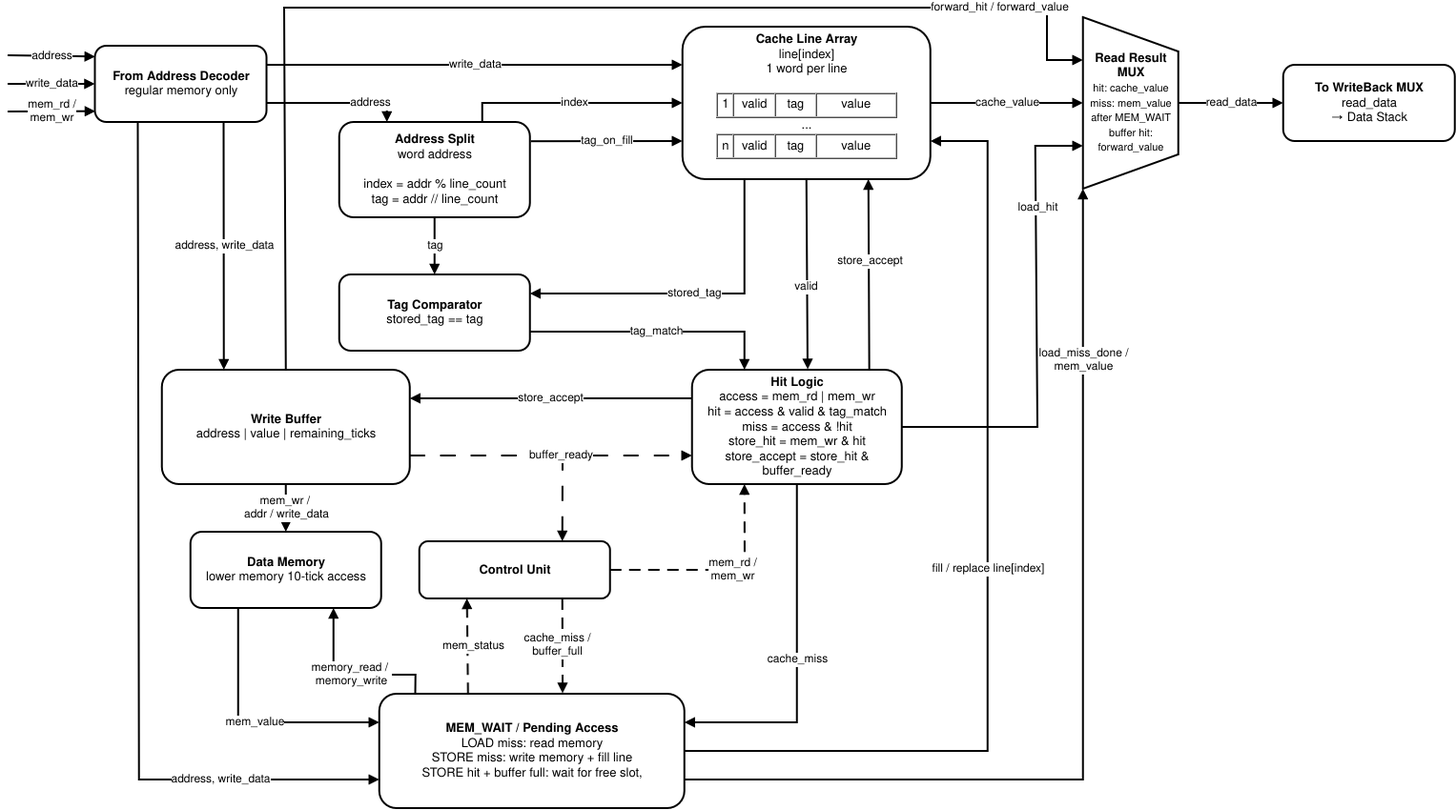
Before: fig/cache.png, a diagram exported from draw.io (barmichevg/csa-lab4). Source tidied: cells renumbered, new cells last; positions are measured from the earlier drawing's top-left corner, leaving out a move shared by most shapes.
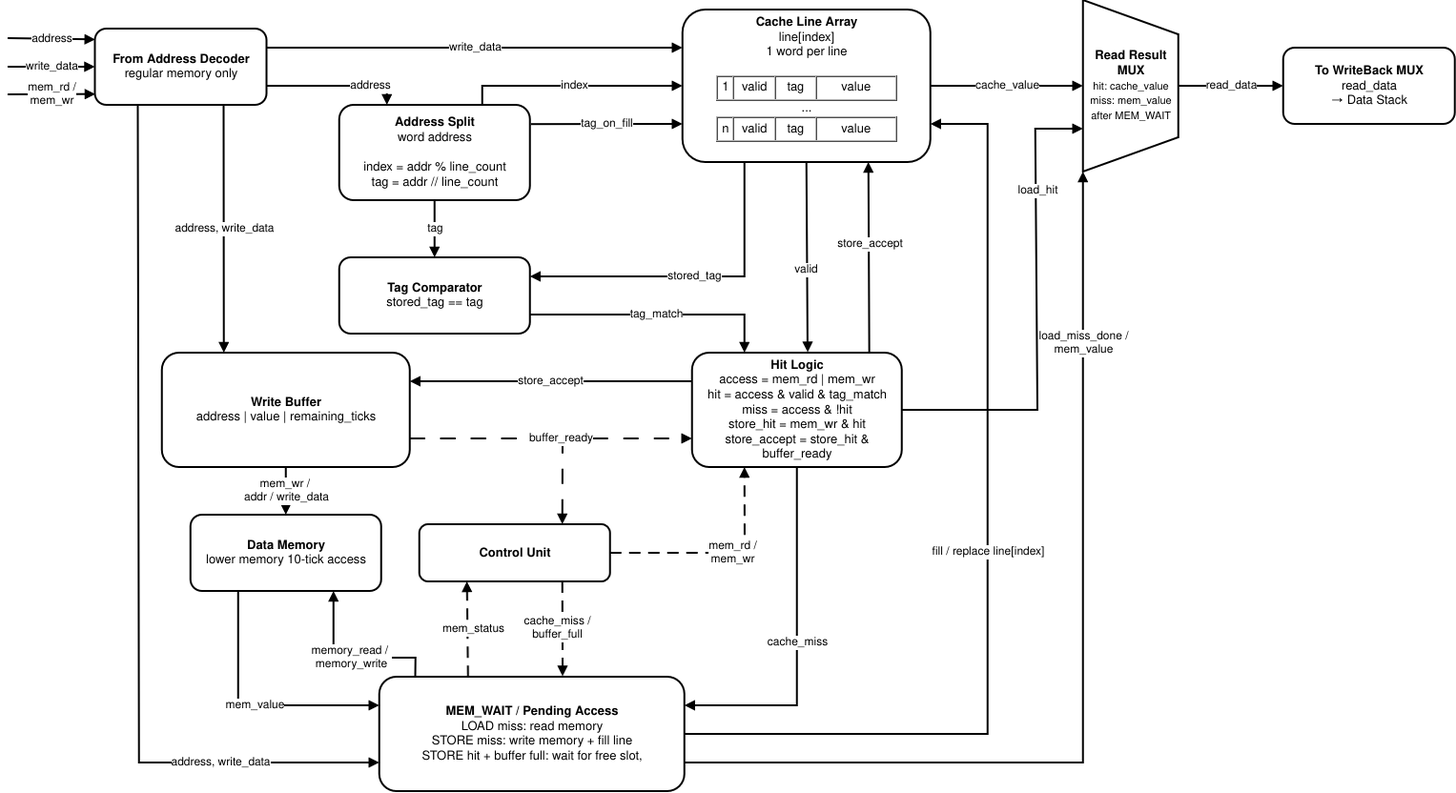
The same diagram one commit later.

Change to the diagram source:
```diff
@@ -174,7 +174,7 @@
         </Array>
       </mxGeometry>
     </mxCell>
-    <mxCell id="39" value="&lt;b&gt;Read Result MUX&lt;/b&gt;&lt;br&gt;&lt;font style=&quot;font-size: 11px&quot;&gt;hit: cache_value&lt;br&gt;&lt;/font&gt;&lt;div&gt;&lt;font style=&quot;font-size: 11px&quot;&gt;miss: mem_value after MEM_WAIT&lt;/font&gt;&lt;/div&gt;&lt;div&gt;&lt;font style=&quot;font-size: 11px&quot;&gt;buffer hit: forward_value&lt;/font&gt;&lt;/div&gt;" style="shape=trapezoid;perimeter=trapezoidPerimeter;whiteSpace=wrap;html=1;strokeWidth=2;fillColor=#ffffff;strokeColor=#000000;fontSize=13;direction=south;" parent="1" vertex="1">
+    <mxCell id="39" value="&lt;b&gt;Read Result MUX&lt;/b&gt;&lt;br&gt;&lt;font style=&quot;font-size: 11px&quot;&gt;hit: cache_value&lt;br&gt;&lt;/font&gt;&lt;div&gt;&lt;font style=&quot;font-size: 11px&quot;&gt;miss: mem_value after MEM_WAIT&lt;/font&gt;&lt;/div&gt;" style="shape=trapezoid;perimeter=trapezoidPerimeter;whiteSpace=wrap;html=1;strokeWidth=2;fillColor=#ffffff;strokeColor=#000000;fontSize=13;direction=south;" parent="1" vertex="1">
       <mxGeometry x="1127.8" y="10" width="100" height="180" as="geometry" />
     </mxCell>
     <mxCell id="40" value="store_accept" style="endArrow=block;html=1;rounded=0;strokeWidth=2;strokeColor=#000000;fontSize=12;entryX=0.75;entryY=1;entryDx=0;entryDy=0;exitX=0.845;exitY=-0.004;exitDx=0;exitDy=0;exitPerimeter=0;" parent="1" edge="1" source="18" target="9">
@@ -183,14 +183,5 @@
     <mxCell id="41" value="&lt;div&gt;buffer_ready&lt;/div&gt;" style="endArrow=block;html=1;rounded=0;strokeWidth=2;strokeColor=#000000;fontSize=12;entryX=0;entryY=0.75;entryDx=0;entryDy=0;exitX=1;exitY=0.75;exitDx=0;exitDy=0;dashed=1;dashPattern=8 8;" parent="1" edge="1" source="23" target="18">
       <mxGeometry x="0.07" relative="1" as="geometry" />
     </mxCell>
-    <mxCell id="42" value="forward_hit / forward_value" style="endArrow=block;html=1;rounded=0;strokeWidth=2;strokeColor=#000000;fontSize=12;exitX=0.5;exitY=0;exitDx=0;exitDy=0;entryX=0.25;entryY=1;entryDx=0;entryDy=0;fontStyle=0;" parent="1" edge="1" source="23" target="39">
-      <mxGeometry x="0.78" relative="1" as="geometry">
-        <Array as="points">
-          <mxPoint x="290" />
-          <mxPoint x="1090" />
-          <mxPoint x="1090" y="55" />
-        </Array>
-      </mxGeometry>
-    </mxCell>
   </root>
 </mxGraphModel>
```
